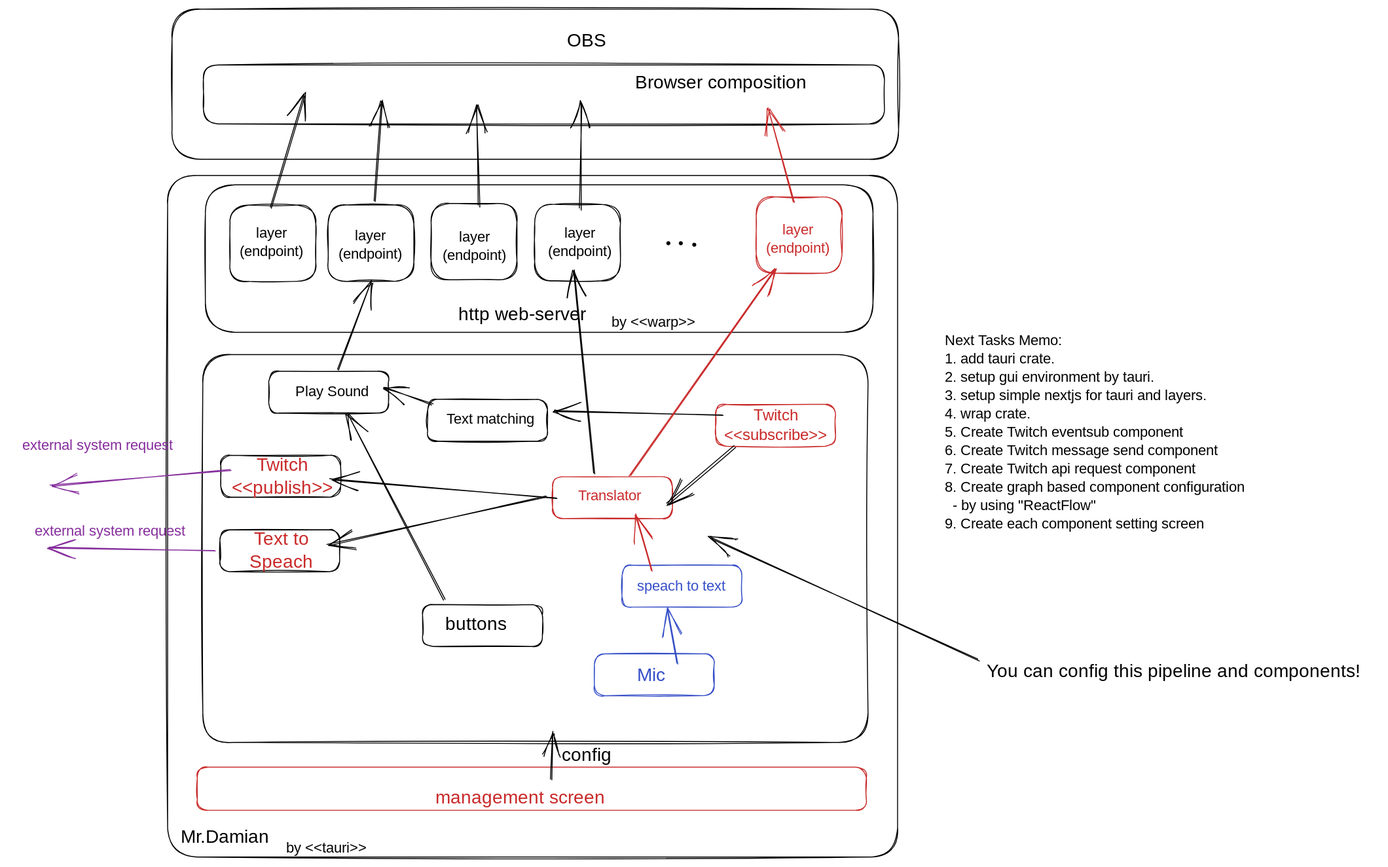
The Excalidraw diagram docs/overview.svg in yuniruyuni/MrDamian-Old, before a commit. Source tidied: one line per element, renumbered; positions are measured from the earlier drawing's top-left corner, leaving out a move shared by most shapes.
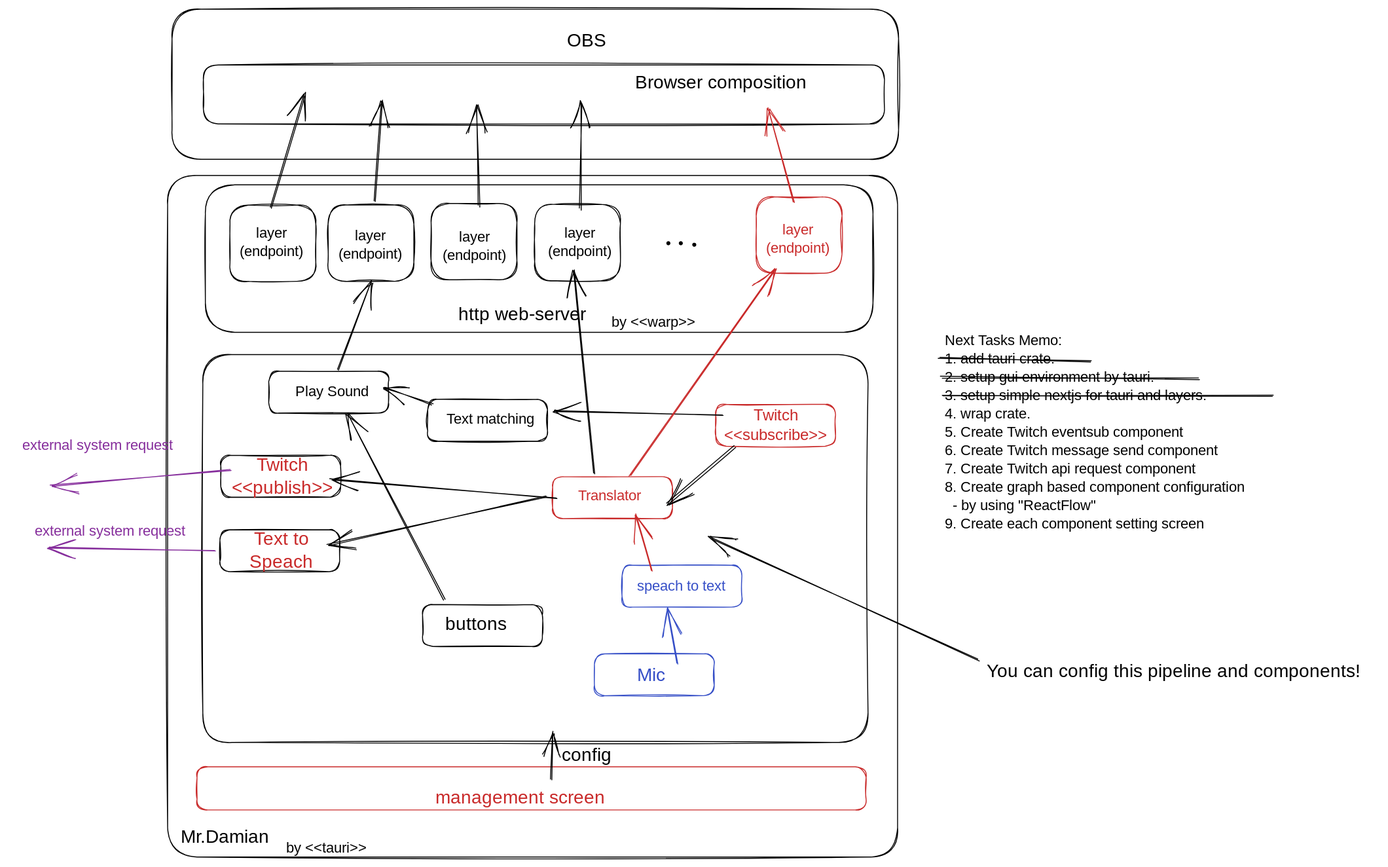
Above is the later version.

Commit message:
docs: update todo list

Change to the diagram source:
```diff
@@ -1,5 +1,5 @@
 {"id": 0, "type": "rectangle", "strokeColor": "#000000", "strokeWidth": 1, "roughness": 1, "round": true, "x": 173, "y": 181, "width": 796, "height": 743}
-{"id": 1, "type": "rectangle", "strokeColor": "#c92a2a", "strokeWidth": 1, "roughness": 1, "round": true, "x": 205, "y": 827, "width": 730, "height": 47}
+{"id": 1, "type": "rectangle", "strokeColor": "#c92a2a", "strokeWidth": 1, "roughness": 1, "round": true, "x": 205, "y": 826, "width": 730, "height": 47}
 {"id": 2, "type": "rectangle", "strokeColor": "#c92a2a", "strokeWidth": 1, "roughness": 1, "round": true, "x": 771, "y": 431, "width": 131, "height": 46}
 {"id": 3, "type": "rectangle", "strokeColor": "#364fc7", "strokeWidth": 1, "roughness": 1, "round": true, "x": 669, "y": 607, "width": 131, "height": 46}
 {"id": 4, "type": "rectangle", "strokeColor": "#c92a2a", "strokeWidth": 1, "roughness": 1, "round": true, "x": 593, "y": 510, "width": 131, "height": 46}
@@ -67,3 +67,6 @@
 {"id": 66, "type": "text", "text": "Next Tasks Memo:\n1. add tauri crate.\n2. setup gui environment by tauri.\n3. setup simple nextjs for tauri and layers.\n4. wrap crate.\n5. Create Twitch eventsub component\n6. Create Twitch message send component\n7. Create Twitch api request component\n8. Create graph based component configuration\n  - by using \"ReactFlow\"\n9. Create each component setting screen", "strokeColor": "#000000", "strokeWidth": 1, "roughness": 1, "fontSize": 16, "fontFamily": 1, "x": 1021, "y": 352, "width": 373, "height": 220}
 {"id": 67, "type": "text", "text": "You can config this pipeline and components!", "strokeColor": "#000000", "strokeWidth": 1, "roughness": 1, "fontSize": 20, "fontFamily": 1, "x": 1066, "y": 711, "width": 428, "height": 25}
 {"id": 68, "type": "arrow", "strokeColor": "#000000", "strokeWidth": 1, "roughness": 1, "endArrowhead": "arrow", "round": true, "from": 67, "x": 1058, "y": 710, "width": 293, "height": 133, "points": [[0, 0], [-293, -133]]}
+{"id": 69, "type": "line", "strokeColor": "#000000", "strokeWidth": 1, "roughness": 1, "round": true, "x": 1014, "y": 381, "width": 166, "height": 2, "points": [[0, 0], [166, 2]]}
+{"id": 70, "type": "line", "strokeColor": "#000000", "strokeWidth": 1, "roughness": 1, "round": true, "x": 1016, "y": 401, "width": 283, "height": 3, "points": [[0, 0], [283, 3]]}
+{"id": 71, "type": "line", "strokeColor": "#000000", "strokeWidth": 1, "roughness": 1, "round": true, "x": 1018, "y": 421, "width": 362, "height": 0, "points": [[0, 0], [362, 0]]}
```
